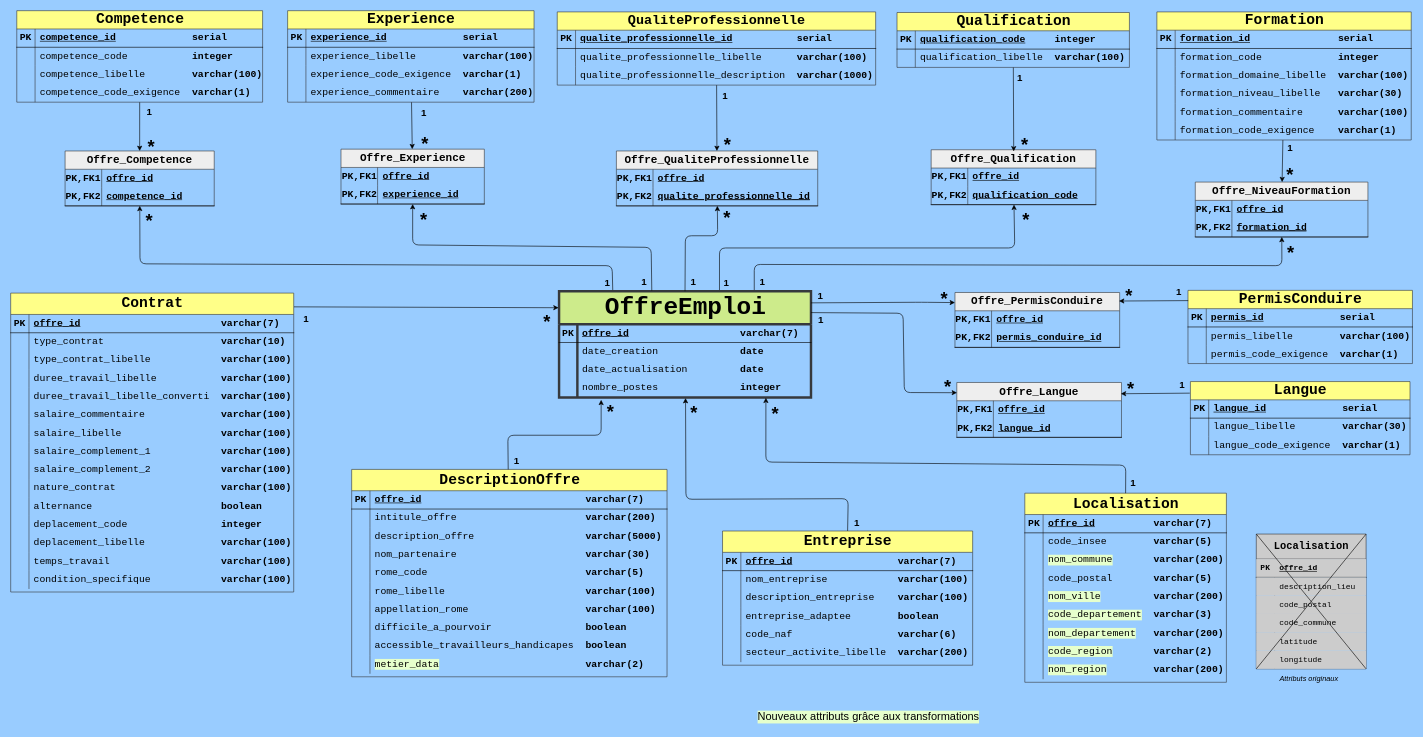
Before: load_sql/UML.drawio in vimchun/Job-Market-in-France, a draw.io diagram. Source tidied: cells renumbered, new cells numbered last; positions are measured from the earlier drawing's top-left corner, leaving out a move shared by most shapes. Both pictures are drawn from the tidied source at 61%, with x=0, y=0 at pixel (10, 10).
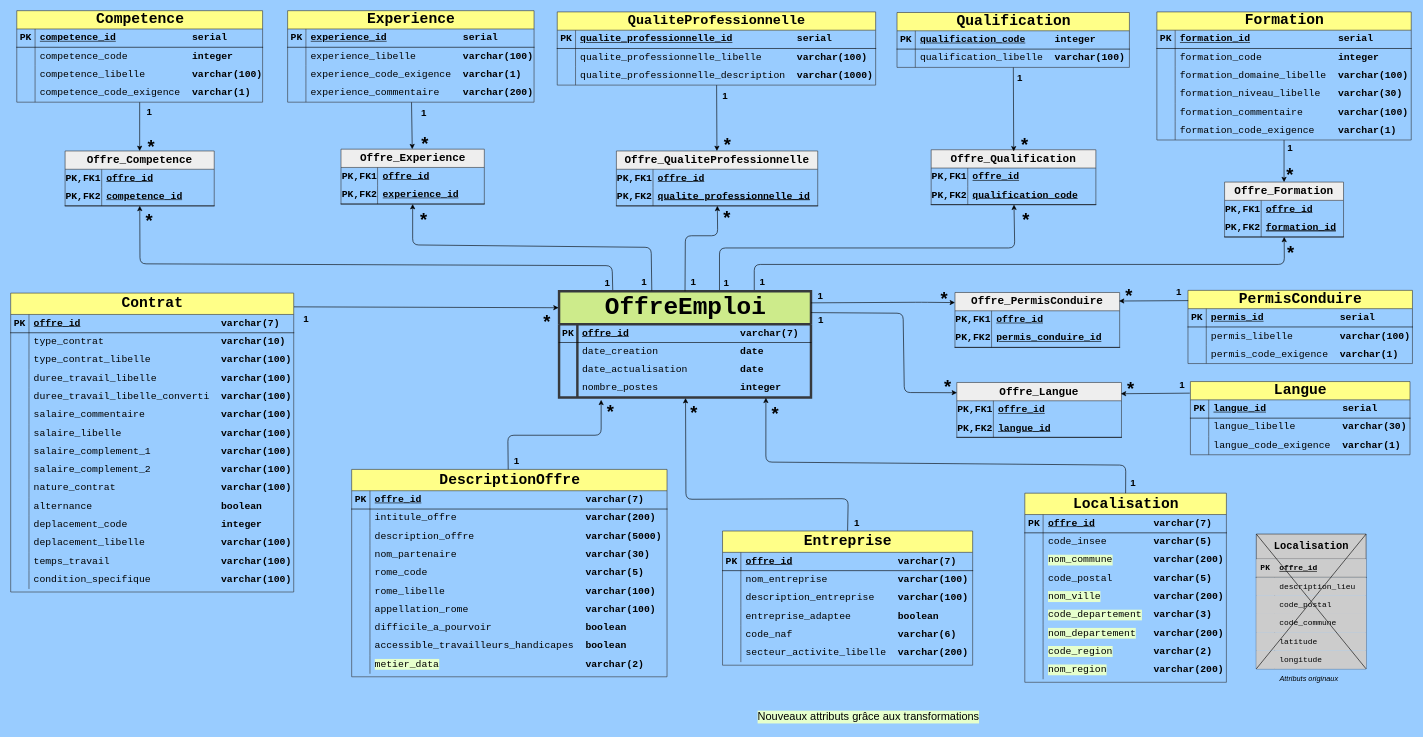
The same page after the edit.

Change to the diagram source:
```diff
@@
-    <mxCell id="61" value="&lt;font style=&quot;font-size: 18px;&quot;&gt;Offre_NiveauFormation&lt;/font&gt;" style="shape=table;startSize=30;childLayout=tableLayout;rowLines=0;fontStyle=1;align=center;html=1;whiteSpace=wrap;fillColor=#eeeeee;strokeColor=#36393d;fontFamily=Courier New;fontSize=16;" parent="1" vertex="1">
-      <mxGeometry x="1942" y="281" width="283" height="90" as="geometry" />
+    <mxCell id="61" value="&lt;font style=&quot;font-size: 18px;&quot;&gt;Offre_Formation&lt;/font&gt;" style="shape=table;startSize=30;childLayout=tableLayout;rowLines=0;fontStyle=1;align=center;html=1;whiteSpace=wrap;fillColor=#eeeeee;strokeColor=#36393d;fontFamily=Courier New;fontSize=16;" parent="1" vertex="1">
+      <mxGeometry x="1990" y="281" width="195" height="90" as="geometry" />
     </mxCell>
     <mxCell id="62" style="shape=tableRow;horizontal=0;startSize=0;swimlaneHead=0;swimlaneBody=0;fillColor=none;top=0;left=0;right=0;bottom=0;html=1;fontFamily=Courier New;fontSize=16;strokeColor=#000000;" parent="61" vertex="1">
-      <mxGeometry y="30" width="283" height="30" as="geometry" />
+      <mxGeometry y="30" width="195" height="30" as="geometry" />
     </mxCell>
@@
     <mxCell id="64" value="offre_id" style="shape=partialRectangle;fillColor=none;top=0;left=0;bottom=0;right=0;align=left;spacingLeft=6;fontStyle=5;overflow=hidden;html=1;whiteSpace=wrap;fontFamily=Courier New;fontSize=16;strokeColor=#000000;" parent="62" vertex="1">
-      <mxGeometry x="60" width="223" height="30" as="geometry" />
+      <mxGeometry x="60" width="135" height="30" as="geometry" />
     </mxCell>
     <mxCell id="65" style="shape=tableRow;horizontal=0;startSize=0;swimlaneHead=0;swimlaneBody=0;fillColor=none;points=[[0,0.5],[1,0.5]];portConstraint=eastwest;top=0;left=0;right=0;bottom=1;html=1;fontFamily=Courier New;fontSize=16;strokeColor=#000000;" parent="61" vertex="1">
-      <mxGeometry y="60" width="283" height="30" as="geometry" />
+      <mxGeometry y="60" width="195" height="30" as="geometry" />
     </mxCell>
@@
     <mxCell id="67" value="&lt;u&gt;formation_id&lt;/u&gt;" style="shape=partialRectangle;fillColor=none;top=0;left=0;bottom=0;right=0;align=left;spacingLeft=6;fontStyle=5;overflow=hidden;html=1;whiteSpace=wrap;fontFamily=Courier New;fontSize=16;strokeColor=#000000;" parent="65" vertex="1">
-      <mxGeometry x="60" width="223" height="30" as="geometry" />
+      <mxGeometry x="60" width="135" height="30" as="geometry" />
     </mxCell>
@@
     <mxCell id="184" style="edgeStyle=none;rounded=1;jettySize=auto;html=1;startArrow=classic;startFill=1;endArrow=none;curved=0;exitX=0.501;exitY=0.997;exitDx=0;exitDy=0;exitPerimeter=0;" parent="1" edge="1" source="65">
       <mxGeometry relative="1" as="geometry">
         <mxPoint x="1219" y="458" as="targetPoint" />
         <Array as="points">
-          <mxPoint x="2084" y="418" />
+          <mxPoint x="2088" y="416" />
           <mxPoint x="1219" y="416" />
         </Array>
       </mxGeometry>
     </mxCell>
```
